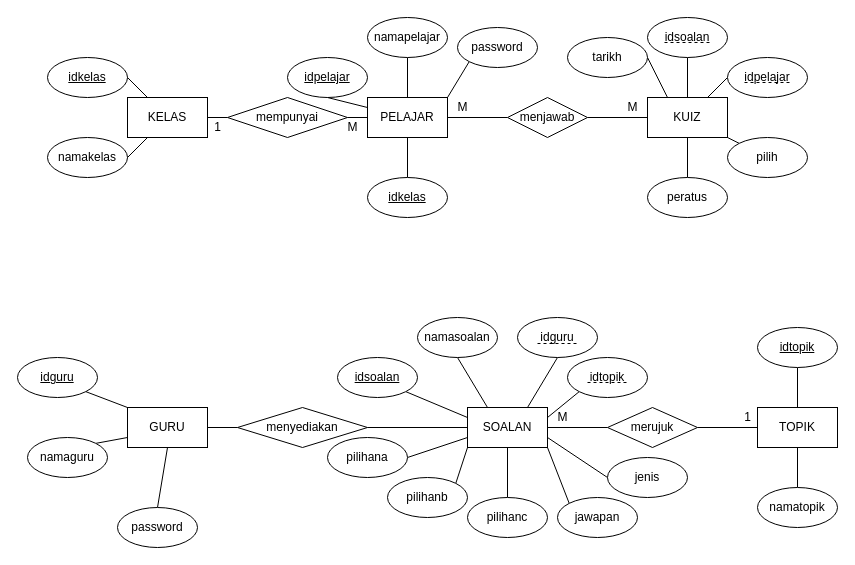
The draw.io diagram graphs/skkerjakursusshit2021 erd.drawio in halouthere233/skkerjakursus2021private, before the edit. Source tidied: cells renumbered, new cells numbered last; positions are measured from the earlier drawing's top-left corner, leaving out a move shared by most shapes. Both pictures are drawn from the tidied source at 100%, with x=0, y=0 at pixel (17, 17).
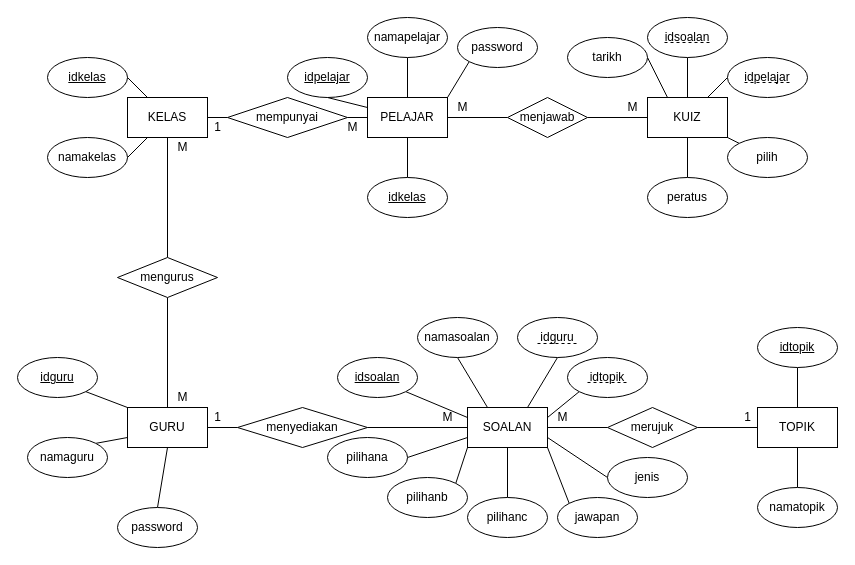
After the change.

The change refers to these unchanged cells:
```xml
<mxCell id="2" value="KELAS" style="rounded=0;whiteSpace=wrap;html=1;" parent="1" vertex="1">
  <mxGeometry x="110" y="80" width="80" height="40" as="geometry" />
</mxCell>
<mxCell id="10" value="GURU" style="rounded=0;whiteSpace=wrap;html=1;" parent="1" vertex="1">
  <mxGeometry x="110" y="390" width="80" height="40" as="geometry" />
</mxCell>
```

Diff of the diagram source:
```diff
@@
+    <mxCell id="84" style="edgeStyle=orthogonalEdgeStyle;rounded=0;jettySize=auto;html=1;exitX=0.5;exitY=0;exitDx=0;exitDy=0;entryX=0.5;entryY=1;entryDx=0;entryDy=0;endArrow=none;endFill=0;" parent="1" edge="1" source="10" target="86">
+      <mxGeometry relative="1" as="geometry" />
+    </mxCell>
@@
+    <mxCell id="85" style="edgeStyle=orthogonalEdgeStyle;rounded=0;jettySize=auto;html=1;exitX=0.5;exitY=0;exitDx=0;exitDy=0;entryX=0.5;entryY=1;entryDx=0;entryDy=0;endArrow=none;endFill=0;" parent="1" edge="1" source="86" target="2">
+      <mxGeometry relative="1" as="geometry" />
+    </mxCell>
+    <mxCell id="86" value="mengurus" style="rhombus;whiteSpace=wrap;html=1;" parent="1" vertex="1">
+      <mxGeometry x="100" y="240" width="100" height="40" as="geometry" />
+    </mxCell>
+    <mxCell id="87" value="M" style="text;html=1;align=center;verticalAlign=middle;strokeColor=none;fillColor=none;" parent="1" vertex="1">
+      <mxGeometry x="150" y="120" width="30" height="20" as="geometry" />
+    </mxCell>
+    <mxCell id="88" value="M" style="text;html=1;align=center;verticalAlign=middle;strokeColor=none;fillColor=none;" parent="1" vertex="1">
+      <mxGeometry x="150" y="370" width="30" height="20" as="geometry" />
+    </mxCell>
+    <mxCell id="89" value="1" style="text;html=1;align=center;verticalAlign=middle;strokeColor=none;fillColor=none;" parent="1" vertex="1">
+      <mxGeometry x="190" y="390" width="20" height="20" as="geometry" />
+    </mxCell>
+    <mxCell id="90" value="M" style="text;html=1;align=center;verticalAlign=middle;strokeColor=none;fillColor=none;" parent="1" vertex="1">
+      <mxGeometry x="415" y="390" width="30" height="20" as="geometry" />
+    </mxCell>
```
